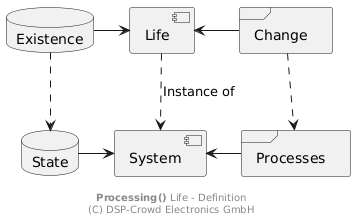
The PlantUML diagram doc/system/definition-life.png in NoOrientationProgramming/ProcessingTutorials, before a commit.
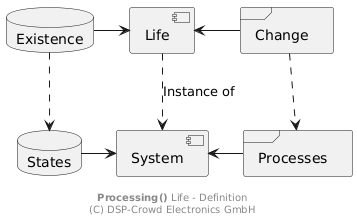
Above is the later version.

The edit, as a diff of the source:
```diff
@@ -6,7 +6,7 @@
 frame "Change" as pChange
 
 component "System" as pSys
-database "State" as sState
+database "States" as sState
 frame "Processes" as pProc
 
 pLife <-l- sExist
```
